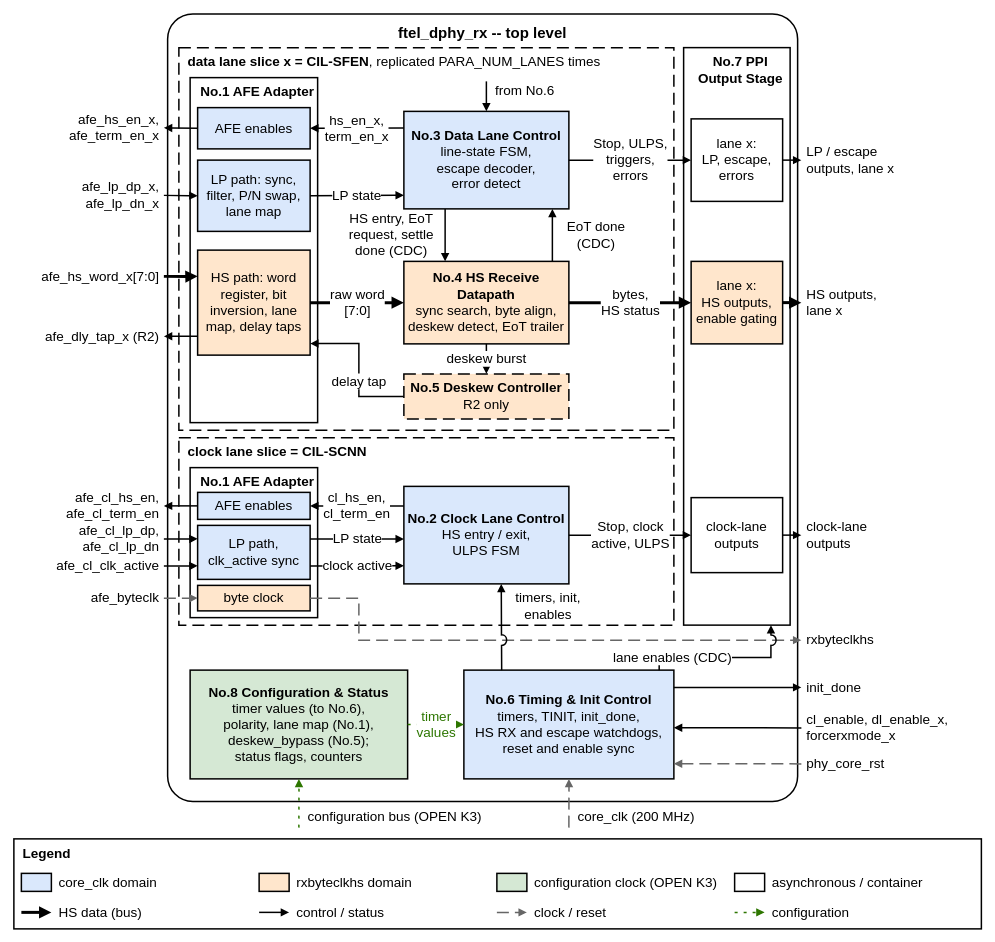
Before: 22fdx/rx/digital/hw/rtl/ip/ftel_dphy_rx/doc/figures/ftel_dphy_rx_top.drawio in ftel-cdc/fu3_dphy, a draw.io diagram. Source tidied: cells renumbered, new cells numbered last; positions are measured from the earlier drawing's top-left corner, leaving out a move shared by most shapes. Both pictures are drawn from the tidied source at 75%, with x=0, y=0 at pixel (14, 14).
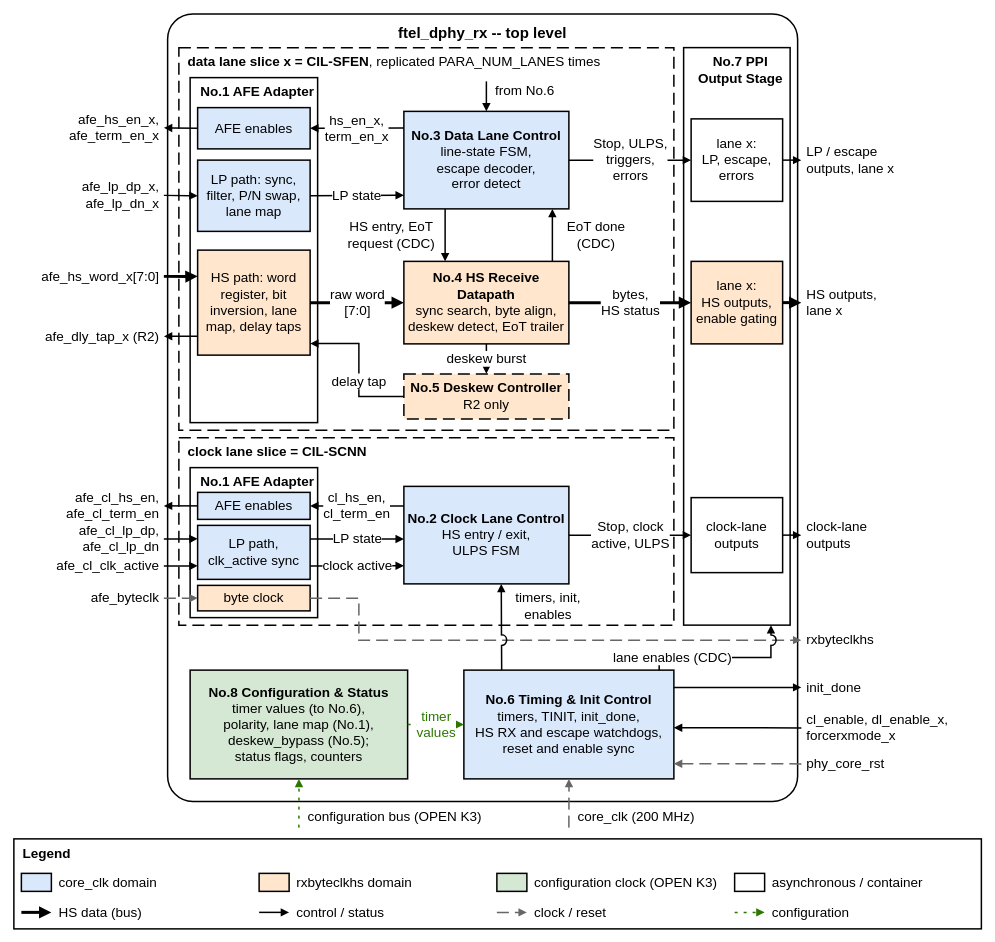
After the change.

Unchanged cells that the change refers to:
```xml
<mxCell id="8" value="&lt;b&gt;No.3 Data Lane Control&lt;/b&gt;&lt;br&gt;line-state FSM,&lt;br&gt;escape decoder,&lt;br&gt;error detect" style="rounded=0;whiteSpace=wrap;html=1;fontSize=18;strokeWidth=2;fillColor=#DAE8FC;align=center;verticalAlign=middle;spacing=4;" parent="1" vertex="1">
  <mxGeometry x="520" y="130" width="220" height="130" as="geometry" />
</mxCell>
<mxCell id="9" value="&lt;b&gt;No.4 HS Receive Datapath&lt;/b&gt;&lt;br&gt;sync search, byte align,&lt;br&gt;deskew detect, EoT trailer" style="rounded=0;whiteSpace=wrap;html=1;fontSize=18;strokeWidth=2;fillColor=#FFE6CC;align=center;verticalAlign=middle;spacing=4;" parent="1" vertex="1">
  <mxGeometry x="520" y="330" width="220" height="110" as="geometry" />
</mxCell>
```

Change to the diagram source:
```diff
@@
-    <mxCell id="42" value="HS entry, EoT&lt;br&gt;request, settle&lt;br&gt;done (CDC)" style="endArrow=block;endFill=1;html=1;fontSize=18;edgeStyle=orthogonalEdgeStyle;rounded=0;jumpStyle=arc;jumpSize=12;labelBackgroundColor=#FFFFFF;strokeWidth=2;exitX=0.25;exitY=1;exitDx=0;exitDy=0;entryX=0.25;entryY=0;entryDx=0;entryDy=0;" parent="1" edge="1" source="8" target="9">
+    <mxCell id="42" value="HS entry, EoT&lt;br&gt;request (CDC)" style="endArrow=block;endFill=1;html=1;fontSize=18;edgeStyle=orthogonalEdgeStyle;rounded=0;jumpStyle=arc;jumpSize=12;labelBackgroundColor=#FFFFFF;strokeWidth=2;exitX=0.25;exitY=1;exitDx=0;exitDy=0;entryX=0.25;entryY=0;entryDx=0;entryDy=0;" parent="1" edge="1" source="8" target="9">
       <mxGeometry relative="1" as="geometry">
         <mxPoint x="-72" as="offset" />
       </mxGeometry>
     </mxCell>
```
